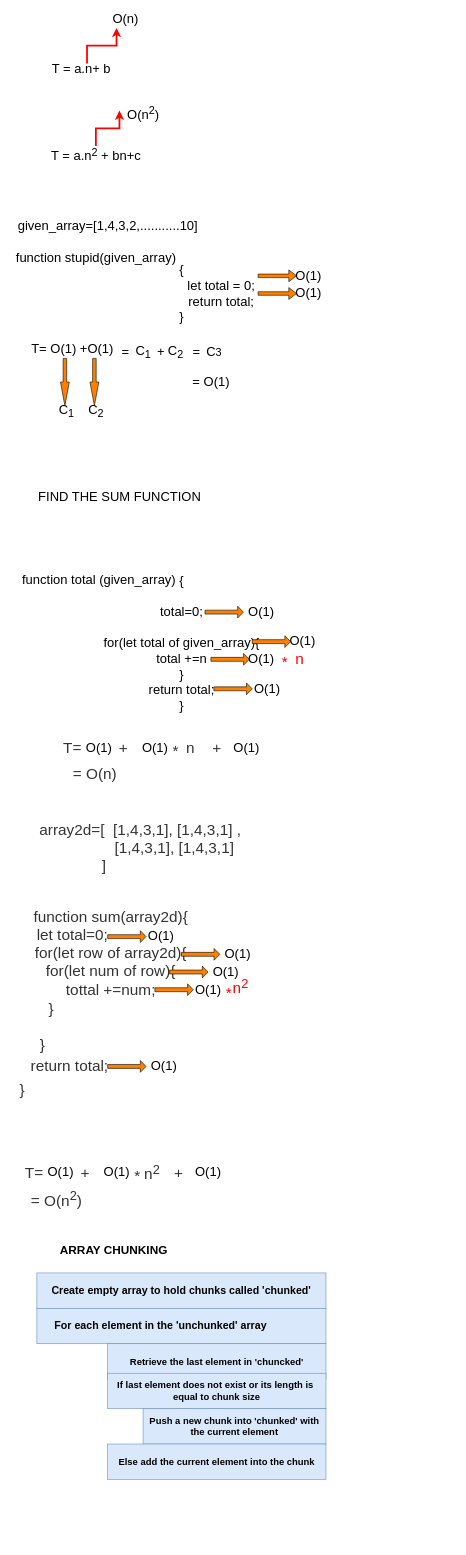
Earlier version of the draw.io diagram algorithms and data structures.drawio (AysunItai/BlueRidgeHotel). Source tidied: cells renumbered, new cells numbered last; positions are measured from the earlier drawing's top-left corner, leaving out a move shared by most shapes. Both pictures are drawn from the tidied source at 59%, with x=0, y=0 at pixel (10, 10).
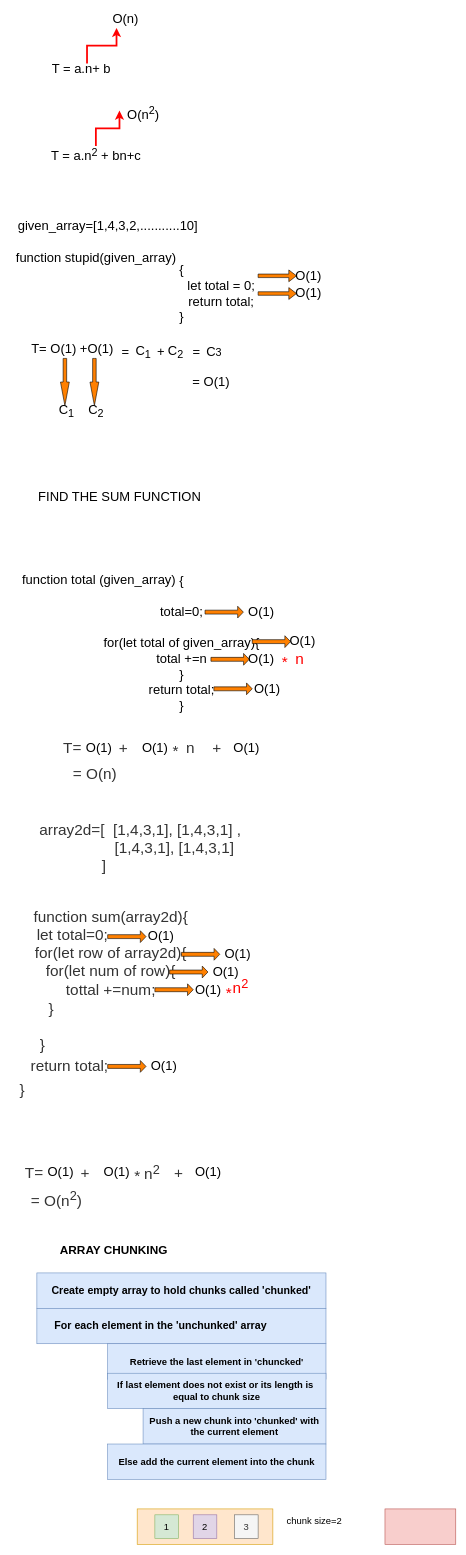
The same diagram, later.

The edit, as a diff of the source:
```diff
@@
+    <mxCell id="81" style="rounded=0;whiteSpace=wrap;html=1;fontSize=16;fillColor=#ffe6cc;strokeColor=#d79b00;" parent="1" vertex="1">
+      <mxGeometry x="215" y="2540" width="230" height="60" as="geometry" />
+    </mxCell>
+    <mxCell id="82" value="1" style="rounded=0;whiteSpace=wrap;html=1;fontSize=16;fillColor=#d5e8d4;strokeColor=#82b366;" parent="1" vertex="1">
+      <mxGeometry x="245" y="2550" width="40" height="40" as="geometry" />
+    </mxCell>
+    <mxCell id="83" value="2" style="rounded=0;whiteSpace=wrap;html=1;fontSize=16;fillColor=#e1d5e7;strokeColor=#9673a6;" parent="1" vertex="1">
+      <mxGeometry x="310" y="2550" width="40" height="40" as="geometry" />
+    </mxCell>
+    <mxCell id="84" value="3" style="rounded=0;whiteSpace=wrap;html=1;fontSize=16;fillColor=#f5f5f5;fontColor=#333333;strokeColor=#666666;" parent="1" vertex="1">
+      <mxGeometry x="380" y="2550" width="40" height="40" as="geometry" />
+    </mxCell>
+    <mxCell id="85" style="rounded=0;whiteSpace=wrap;html=1;fontSize=16;fillColor=#f8cecc;strokeColor=#b85450;" parent="1" vertex="1">
+      <mxGeometry x="635" y="2540" width="120" height="60" as="geometry" />
+    </mxCell>
+    <mxCell id="86" value="chunk size=2" style="text;html=1;align=center;verticalAlign=middle;strokeColor=none;fillColor=none;fontSize=16;" parent="1" vertex="1">
+      <mxGeometry x="460" y="2550" width="110" height="20" as="geometry" />
+    </mxCell>
```
